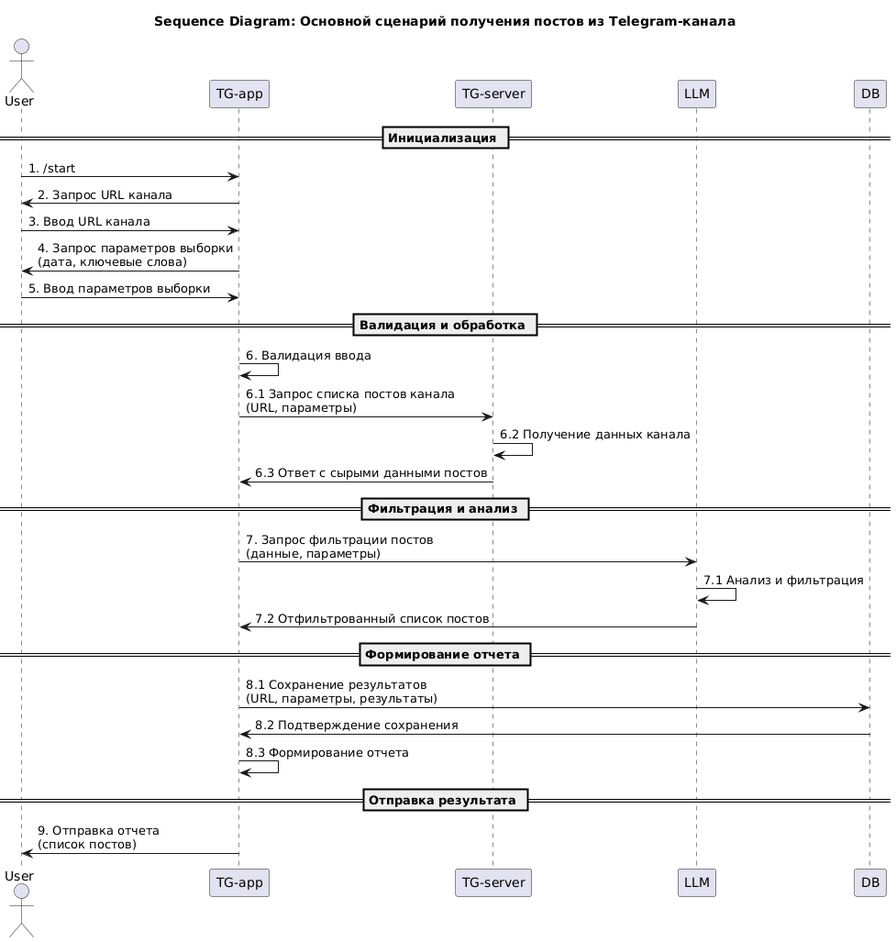
Earlier version of the PlantUML export Наталья_Козлова/seq_diagram.png (patolog123/Analyst-3.0).
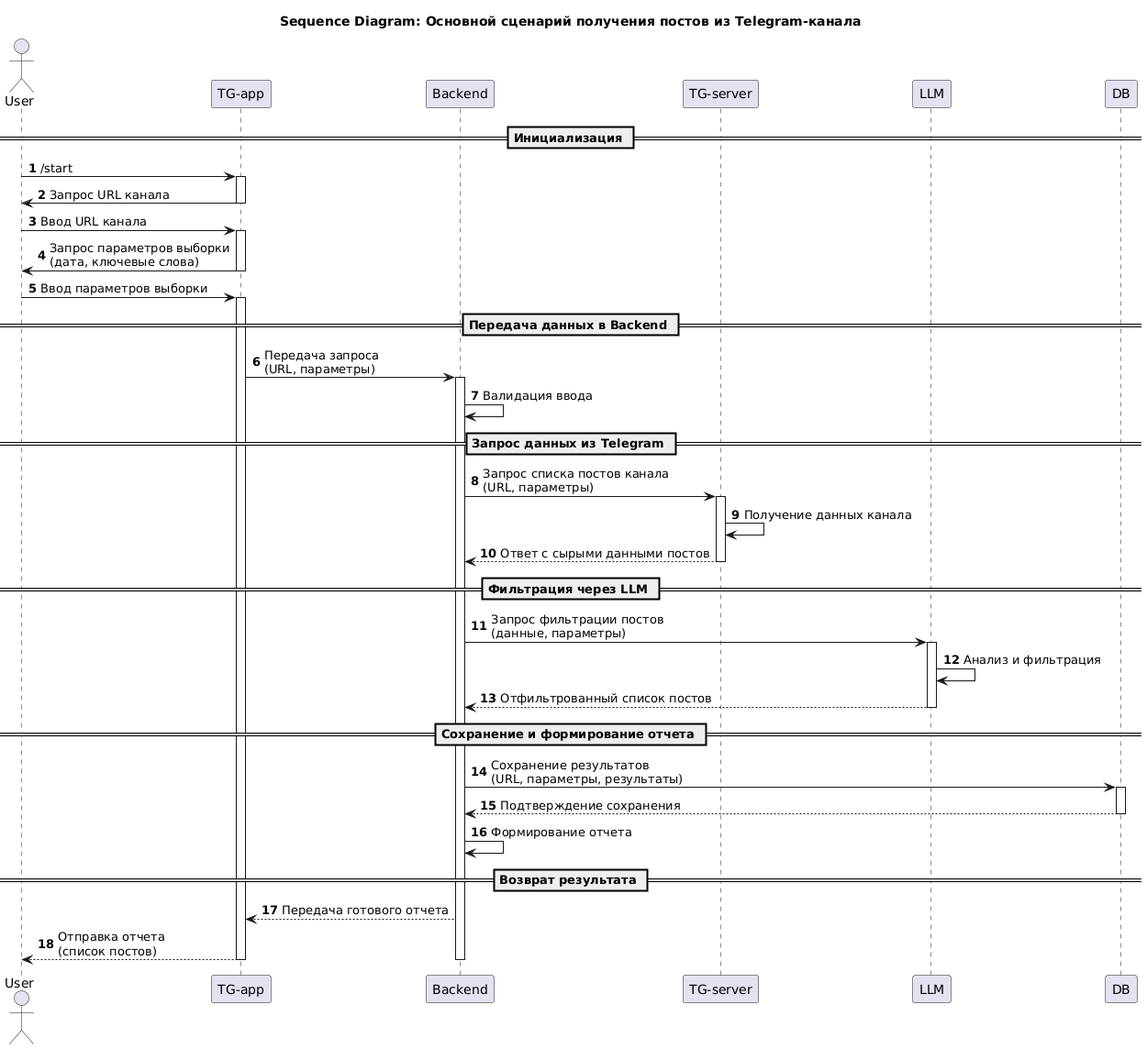
After the change.

The edit, as a diff of the source:
```diff
@@ -1,35 +1,58 @@
 @startuml
 title Sequence Diagram: Основной сценарий получения постов из Telegram-канала
+autonumber
 
 actor "User" as User
 participant "TG-app" as TGApp
+participant "Backend" as Backend
 participant "TG-server" as TGServer
 participant "LLM" as LLM
 participant "DB" as DB
 
 == Инициализация ==
-User -> TGApp: 1. /start
-TGApp -> User: 2. Запрос URL канала
-User -> TGApp: 3. Ввод URL канала
-TGApp -> User: 4. Запрос параметров выборки\n(дата, ключевые слова)
-User -> TGApp: 5. Ввод параметров выборки
+User -> TGApp: /start
+activate TGApp
+TGApp -> User: Запрос URL канала
+deactivate TGApp
 
-== Валидация и обработка ==
-TGApp -> TGApp: 6. Валидация ввода
-TGApp -> TGServer: 6.1 Запрос списка постов канала\n(URL, параметры)
-TGServer -> TGServer: 6.2 Получение данных канала
-TGServer -> TGApp: 6.3 Ответ с сырыми данными постов
+User -> TGApp: Ввод URL канала
+activate TGApp
+TGApp -> User: Запрос параметров выборки\n(дата, ключевые слова)
+deactivate TGApp
 
-== Фильтрация и анализ ==
-TGApp -> LLM: 7. Запрос фильтрации постов\n(данные, параметры)
-LLM -> LLM: 7.1 Анализ и фильтрация
-LLM -> TGApp: 7.2 Отфильтрованный список постов
+User -> TGApp: Ввод параметров выборки
+activate TGApp
 
-== Формирование отчета ==
-TGApp -> DB: 8.1 Сохранение результатов\n(URL, параметры, результаты)
-DB -> TGApp: 8.2 Подтверждение сохранения
-TGApp -> TGApp: 8.3 Формирование отчета
+== Передача данных в Backend ==
+TGApp -> Backend: Передача запроса\n(URL, параметры)
+activate Backend
+Backend -> Backend: Валидация ввода
 
-== Отправка результата ==
-TGApp -> User: 9. Отправка отчета\n(список постов)
+== Запрос данных из Telegram ==
+Backend -> TGServer: Запрос списка постов канала\n(URL, параметры)
+activate TGServer
+TGServer -> TGServer: Получение данных канала
+TGServer --> Backend: Ответ с сырыми данными постов
+deactivate TGServer
+
+== Фильтрация через LLM ==
+Backend -> LLM: Запрос фильтрации постов\n(данные, параметры)
+activate LLM
+LLM -> LLM: Анализ и фильтрация
+LLM --> Backend: Отфильтрованный список постов
+deactivate LLM
+
+== Сохранение и формирование отчета ==
+Backend -> DB: Сохранение результатов\n(URL, параметры, результаты)
+activate DB
+DB --> Backend: Подтверждение сохранения
+deactivate DB
+
+Backend -> Backend: Формирование отчета
+
+== Возврат результата ==
+Backend --> TGApp: Передача готового отчета
+TGApp --> User: Отправка отчета\n(список постов)
+deactivate TGApp
+deactivate Backend
 @enduml
```
